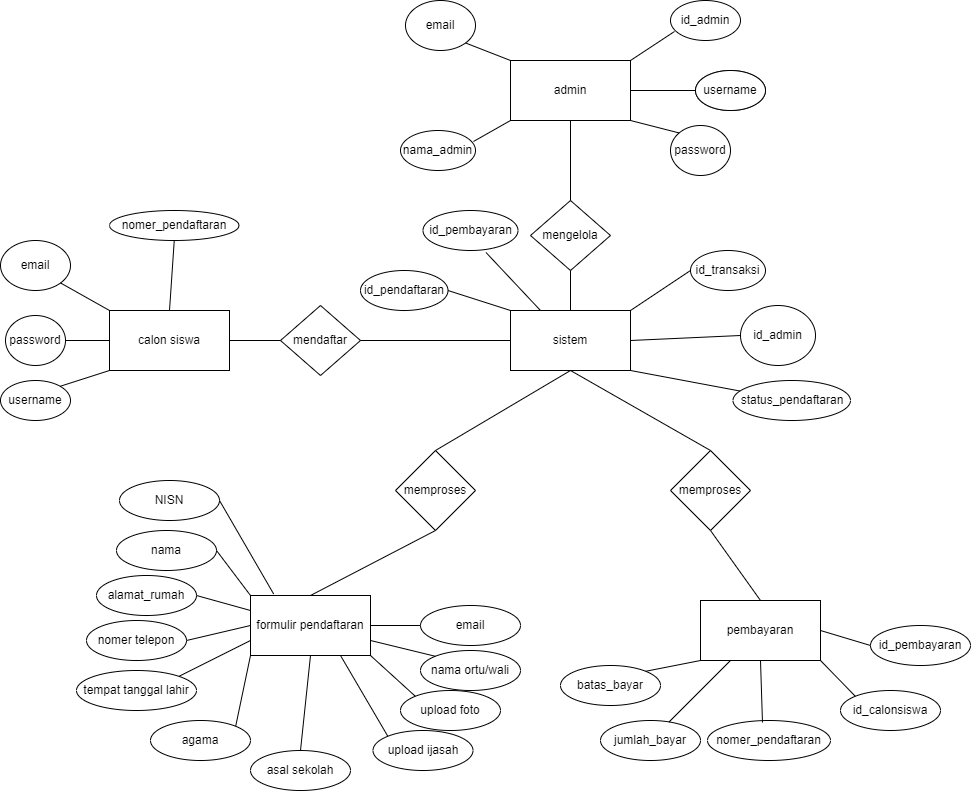
Above: erd.png in CiptaAndika/Laporan_Kel4_MTDScrum (draw.io), before the change. Source tidied: cells renumbered, new cells last; positions are measured from the earlier drawing's top-left corner, leaving out a move shared by most shapes.
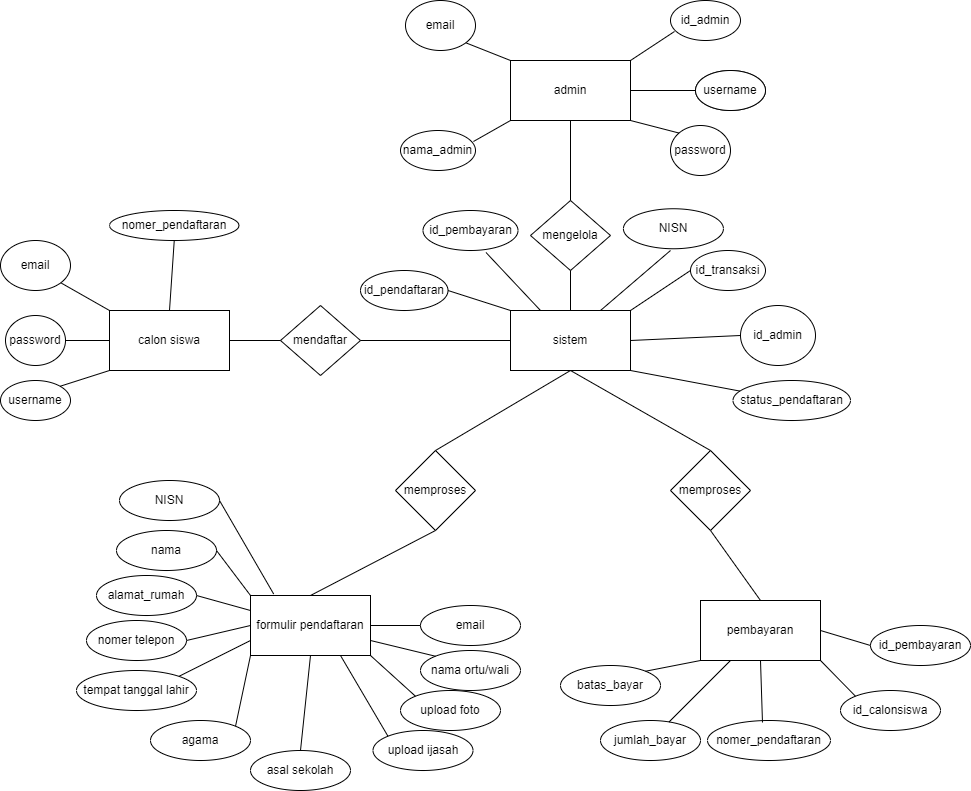
The same diagram one commit later.

Commit message:
menambah design database dan edit pada ERD

Diff of the diagram source:
```diff
@@ -235,5 +235,13 @@
     <mxCell id="78" style="endArrow=none;html=1;rounded=0;entryX=1;entryY=0.5;entryDx=0;entryDy=0;exitX=0.193;exitY=-0.025;exitDx=0;exitDy=0;exitPerimeter=0;" parent="1" edge="1" source="4" target="77">
       <mxGeometry relative="1" as="geometry" />
     </mxCell>
+    <mxCell id="79" value="NISN" style="ellipse;whiteSpace=wrap;html=1;" parent="1" vertex="1">
+      <mxGeometry x="622.9" y="208.2" width="100" height="40" as="geometry" />
+    </mxCell>
+    <mxCell id="80" style="endArrow=none;html=1;rounded=0;exitX=0.75;exitY=0;exitDx=0;exitDy=0;" parent="1" edge="1" source="3">
+      <mxGeometry relative="1" as="geometry">
+        <mxPoint x="670" y="250" as="targetPoint" />
+      </mxGeometry>
+    </mxCell>
   </root>
 </mxGraphModel>
```
